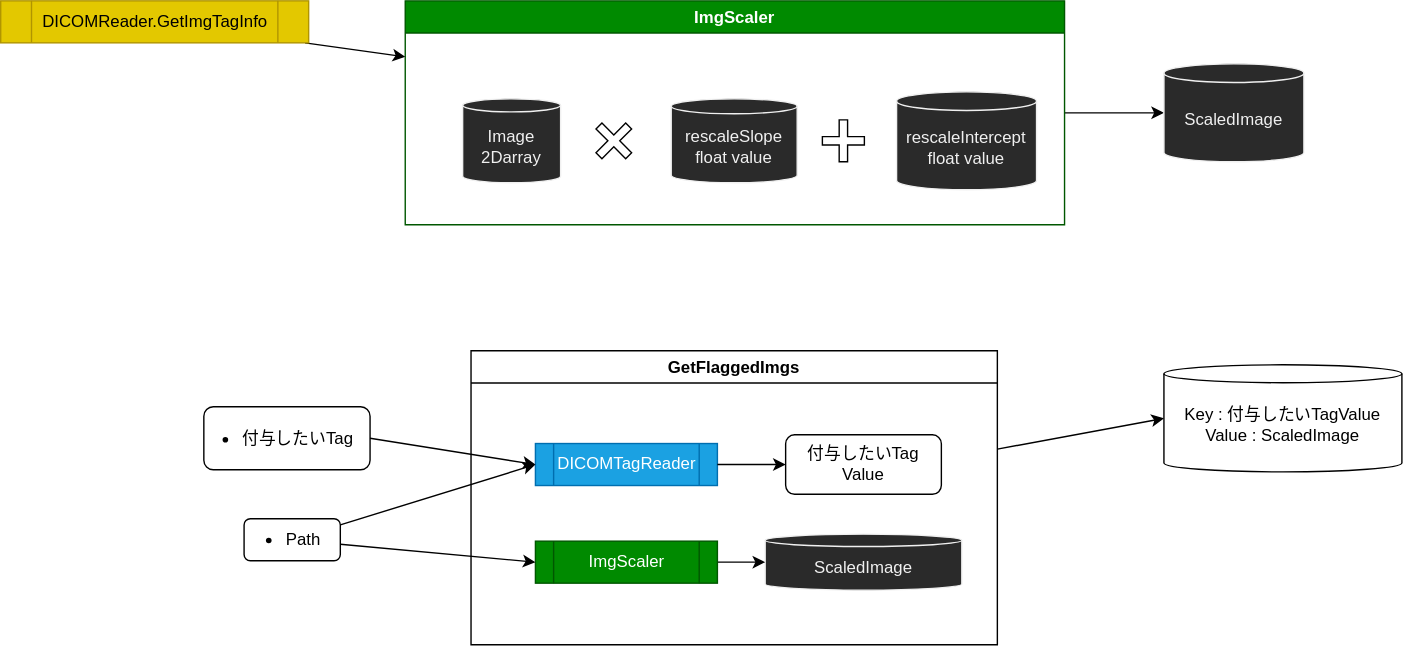
Above: ImgScaler.drawio.svg in nawaday-code/Protector_controller (draw.io), before the change. Source tidied: cells renumbered, new cells last; positions are measured from the earlier drawing's top-left corner, leaving out a move shared by most shapes.
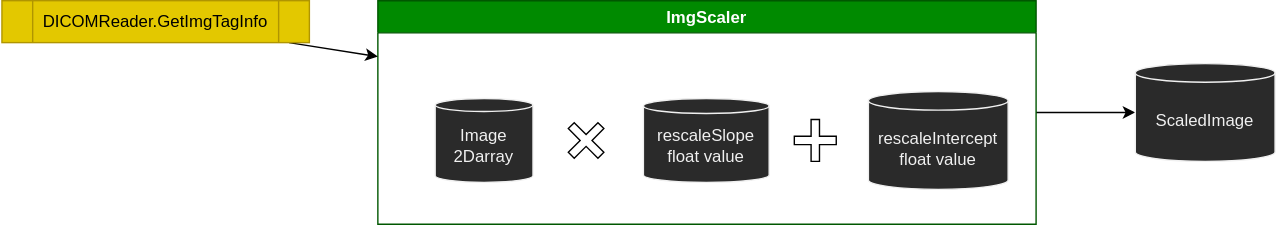
The same file after the commit.

Diff of the diagram source:
```diff
@@ -8,7 +8,7 @@
     <mxCell id="3" value="ImgScaler" style="swimlane;fillColor=#008a00;strokeColor=#005700;fontColor=#ffffff;" parent="1" vertex="1">
       <mxGeometry x="289" width="471" height="160" as="geometry" />
     </mxCell>
-    <mxCell id="4" style="edgeStyle=none;html=1;entryX=0;entryY=0.5;entryDx=0;entryDy=0;startArrow=none;startFill=0;" parent="3" edge="1" target="x">
+    <mxCell id="4" style="edgeStyle=none;html=1;entryX=0;entryY=0.5;entryDx=0;entryDy=0;startArrow=none;startFill=0;" parent="3" edge="1">
       <mxGeometry relative="1" as="geometry">
         <mxPoint x="297" y="183.3" as="sourcePoint" />
       </mxGeometry>
@@ -28,53 +28,11 @@
     <mxCell id="9" style="shape=cross;whiteSpace=wrap;html=1;rotation=45;" parent="3" vertex="1">
       <mxGeometry x="134" y="85" width="30" height="30" as="geometry" />
     </mxCell>
-    <mxCell id="10" style="edgeStyle=none;html=1;entryX=0;entryY=0.5;entryDx=0;entryDy=0;entryPerimeter=0;" parent="1" edge="1" source="11" target="18">
-      <mxGeometry relative="1" as="geometry" />
-    </mxCell>
-    <mxCell id="11" value="GetFlaggedImgs" style="swimlane;" parent="1" vertex="1">
-      <mxGeometry x="336" y="250" width="376" height="210" as="geometry" />
-    </mxCell>
-    <mxCell id="12" value="付与したいTag&lt;br&gt;Value" style="rounded=1;whiteSpace=wrap;html=1;" parent="11" vertex="1">
-      <mxGeometry x="224.8" y="60" width="111.2" height="42.5" as="geometry" />
-    </mxCell>
-    <mxCell id="13" value="DICOMTagReader" style="shape=process;whiteSpace=wrap;html=1;backgroundOutline=1;fillColor=#1ba1e2;strokeColor=#006EAF;fontColor=#ffffff;" parent="11" vertex="1">
-      <mxGeometry x="46" y="66.2" width="130" height="30" as="geometry" />
-    </mxCell>
-    <mxCell id="14" value="ScaledImage" style="shape=cylinder3;whiteSpace=wrap;html=1;boundedLbl=1;backgroundOutline=1;size=4.4000091552734375;fontFamily=Helvetica;fontSize=12;fontColor=#f0f0f0;align=center;strokeColor=#f0f0f0;fillColor=#2a2a2a;" parent="11" vertex="1">
-      <mxGeometry x="210.1" y="131" width="140.5" height="40" as="geometry" />
-    </mxCell>
-    <mxCell id="15" style="edgeStyle=none;html=1;entryX=0;entryY=0.5;entryDx=0;entryDy=0;startArrow=none;startFill=0;" parent="11" edge="1" source="13" target="12">
-      <mxGeometry relative="1" as="geometry" />
-    </mxCell>
-    <mxCell id="16" style="edgeStyle=none;html=1;entryX=0;entryY=0.5;entryDx=0;entryDy=0;entryPerimeter=0;" parent="11" edge="1" source="17" target="14">
-      <mxGeometry relative="1" as="geometry" />
-    </mxCell>
-    <mxCell id="17" value="ImgScaler" style="shape=process;whiteSpace=wrap;html=1;backgroundOutline=1;fillColor=#008a00;strokeColor=#005700;fontColor=#ffffff;" parent="11" vertex="1">
-      <mxGeometry x="46" y="136" width="130" height="30" as="geometry" />
-    </mxCell>
-    <mxCell id="18" value="Key : 付与したいTagValue&lt;br&gt;Value : ScaledImage" style="shape=cylinder3;whiteSpace=wrap;html=1;boundedLbl=1;backgroundOutline=1;size=6.4000244140625;" parent="1" vertex="1">
-      <mxGeometry x="831" y="260" width="170" height="76.5" as="geometry" />
-    </mxCell>
-    <mxCell id="19" value="&lt;ul&gt;&lt;li style=&quot;text-align: left&quot;&gt;付与したいTag&lt;/li&gt;&lt;/ul&gt;" style="rounded=1;whiteSpace=wrap;html=1;labelPosition=center;verticalLabelPosition=middle;align=center;verticalAlign=middle;textDirection=ltr;spacing=2;spacingLeft=-24;" parent="1" vertex="1">
-      <mxGeometry x="145.1" y="290" width="118.8" height="45" as="geometry" />
-    </mxCell>
-    <mxCell id="20" value="&lt;ul&gt;&lt;li style=&quot;text-align: left&quot;&gt;Path&lt;/li&gt;&lt;/ul&gt;" style="rounded=1;whiteSpace=wrap;html=1;labelPosition=center;verticalLabelPosition=middle;align=center;verticalAlign=middle;textDirection=ltr;spacing=2;spacingLeft=-24;" parent="1" vertex="1">
-      <mxGeometry x="173.9" y="370" width="68.8" height="30" as="geometry" />
-    </mxCell>
-    <mxCell id="21" style="edgeStyle=none;html=1;exitX=1;exitY=0.5;exitDx=0;exitDy=0;entryX=0;entryY=0.5;entryDx=0;entryDy=0;startArrow=none;startFill=0;" parent="1" edge="1" source="19" target="13">
-      <mxGeometry relative="1" as="geometry" />
-    </mxCell>
-    <mxCell id="22" style="edgeStyle=none;html=1;entryX=0;entryY=0.5;entryDx=0;entryDy=0;" parent="1" edge="1" source="20" target="13">
-      <mxGeometry relative="1" as="geometry" />
-    </mxCell>
-    <mxCell id="23" style="edgeStyle=none;html=1;entryX=0;entryY=0.5;entryDx=0;entryDy=0;" parent="1" edge="1" source="20" target="17">
-      <mxGeometry relative="1" as="geometry" />
-    </mxCell>
     <mxCell id="24" style="edgeStyle=none;html=1;entryX=0;entryY=0.25;entryDx=0;entryDy=0;" parent="1" edge="1" source="25" target="3">
       <mxGeometry relative="1" as="geometry" />
     </mxCell>
     <mxCell id="25" value="DICOMReader.GetImgTagInfo" style="shape=process;whiteSpace=wrap;html=1;backgroundOutline=1;fillColor=#e3c800;strokeColor=#B09500;fontColor=#000000;" parent="1" vertex="1">
-      <mxGeometry width="220" height="30" as="geometry" />
+      <mxGeometry x="20" width="220" height="30" as="geometry" />
     </mxCell>
     <mxCell id="26" value="ScaledImage" style="shape=cylinder3;whiteSpace=wrap;html=1;boundedLbl=1;backgroundOutline=1;size=6.666674296061188;fontFamily=Helvetica;fontSize=12;fontColor=#f0f0f0;align=center;strokeColor=#f0f0f0;fillColor=#2a2a2a;" parent="1" vertex="1">
       <mxGeometry x="831" y="45" width="100" height="70" as="geometry" />
```
